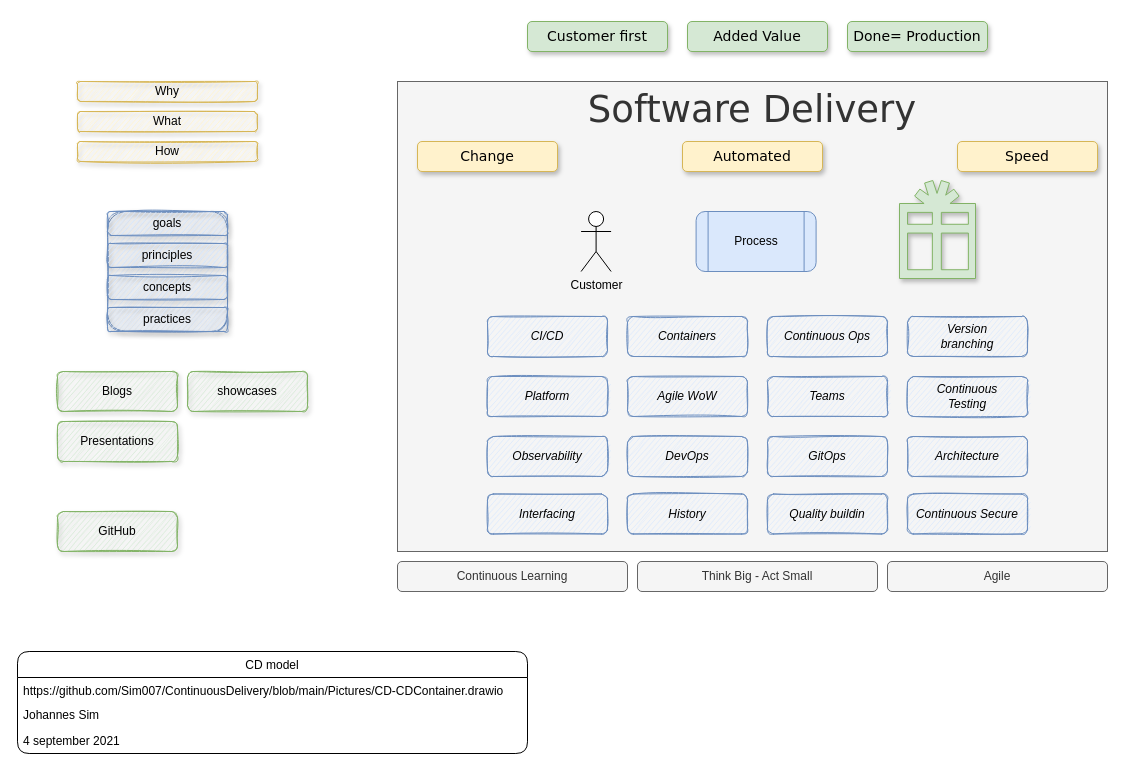
Above: Pictures/CD-CDContainer.drawio in Sim007/ContinuousDelivery (draw.io), before the change. Source tidied: cells renumbered, new cells numbered last; positions are measured from the earlier drawing's top-left corner, leaving out a move shared by most shapes. Both pictures are drawn from the tidied source at 100%, with x=0, y=0 at pixel (17, 21).
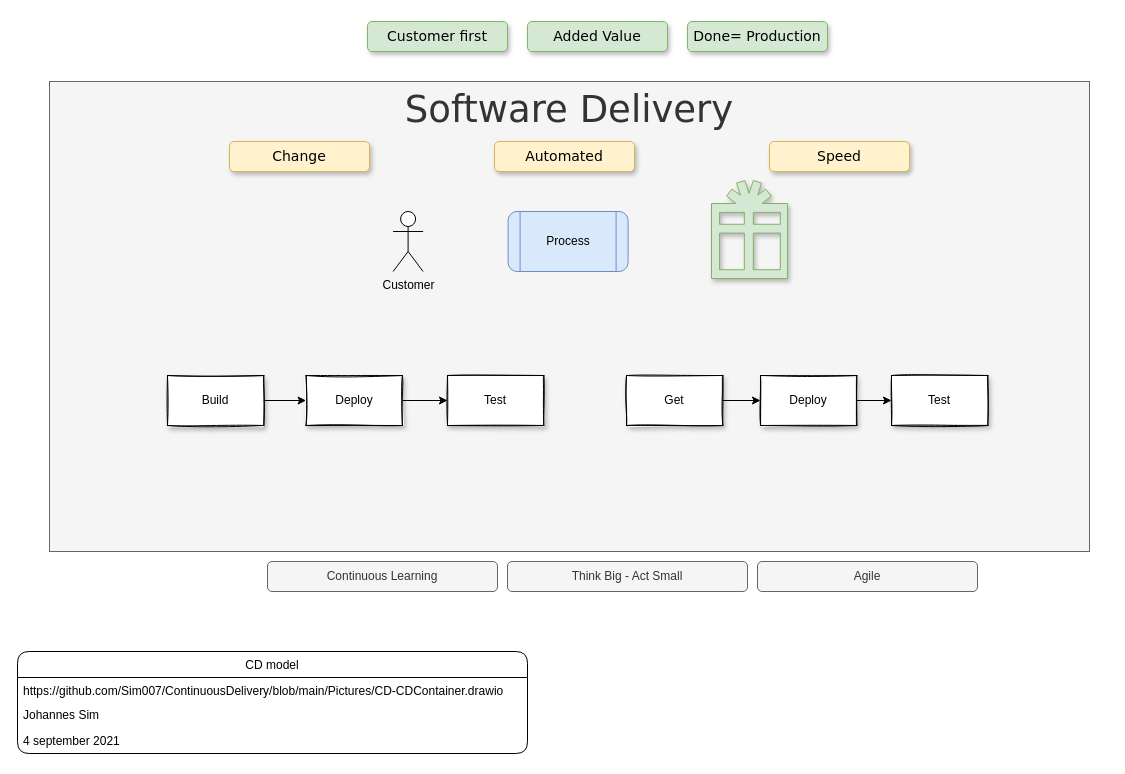
The same diagram, later.

The edit, as a diff of the source:
```diff
@@
     <mxCell id="2" value="Software Delivery" style="rounded=0;whiteSpace=wrap;html=1;verticalAlign=top;fontSize=37;labelBorderColor=none;fillColor=#f5f5f5;strokeColor=#666666;fontColor=#333333;fontFamily=Verdana;" parent="1" vertex="1">
-      <mxGeometry x="380" y="60" width="710" height="470" as="geometry" />
+      <mxGeometry x="32" y="60" width="1040" height="470" as="geometry" />
     </mxCell>
     <mxCell id="3" value="Process" style="shape=process;whiteSpace=wrap;html=1;backgroundOutline=1;fillColor=#dae8fc;strokeColor=#6c8ebf;rounded=1;" parent="2" vertex="1">
-      <mxGeometry x="298.6" y="130" width="120" height="60" as="geometry" />
+      <mxGeometry x="458.6" y="130" width="120" height="60" as="geometry" />
     </mxCell>
     <mxCell id="4" value="Customer" style="shape=umlActor;verticalLabelPosition=bottom;verticalAlign=top;html=1;" parent="2" vertex="1">
-      <mxGeometry x="183.6" y="130" width="30" height="60" as="geometry" />
+      <mxGeometry x="343.6" y="130" width="30" height="60" as="geometry" />
     </mxCell>
-    <mxCell id="5" value="CI/CD" style="rounded=1;whiteSpace=wrap;html=1;fontStyle=2;sketch=1;glass=0;fillColor=#dae8fc;strokeColor=#6c8ebf;" parent="2" vertex="1">
-      <mxGeometry x="90" y="235" width="120" height="40" as="geometry" />
-    </mxCell>
-    <mxCell id="6" value="Containers" style="rounded=1;whiteSpace=wrap;html=1;fontStyle=2;sketch=1;glass=0;fillColor=#dae8fc;strokeColor=#6c8ebf;" parent="2" vertex="1">
-      <mxGeometry x="230" y="235" width="120" height="40" as="geometry" />
-    </mxCell>
-    <mxCell id="7" value="Continuous Ops" style="rounded=1;whiteSpace=wrap;html=1;fontStyle=2;sketch=1;glass=0;fillColor=#dae8fc;strokeColor=#6c8ebf;" parent="2" vertex="1">
-      <mxGeometry x="370" y="235" width="120" height="40" as="geometry" />
-    </mxCell>
-    <mxCell id="8" value="Version&lt;br&gt;branching" style="rounded=1;whiteSpace=wrap;html=1;fontStyle=2;sketch=1;glass=0;fillColor=#dae8fc;strokeColor=#6c8ebf;" parent="2" vertex="1">
-      <mxGeometry x="510" y="235" width="120" height="40" as="geometry" />
-    </mxCell>
-    <mxCell id="9" value="Platform" style="rounded=1;whiteSpace=wrap;html=1;fontStyle=2;sketch=1;glass=0;fillColor=#dae8fc;strokeColor=#6c8ebf;" parent="2" vertex="1">
-      <mxGeometry x="90" y="295" width="120" height="40" as="geometry" />
-    </mxCell>
-    <mxCell id="10" value="Agile WoW" style="rounded=1;whiteSpace=wrap;html=1;fontStyle=2;sketch=1;glass=0;fillColor=#dae8fc;strokeColor=#6c8ebf;" parent="2" vertex="1">
-      <mxGeometry x="230" y="295" width="120" height="40" as="geometry" />
-    </mxCell>
-    <mxCell id="11" value="Teams" style="rounded=1;whiteSpace=wrap;html=1;fontStyle=2;sketch=1;glass=0;fillColor=#dae8fc;strokeColor=#6c8ebf;" parent="2" vertex="1">
-      <mxGeometry x="370" y="295" width="120" height="40" as="geometry" />
-    </mxCell>
-    <mxCell id="12" value="Continuous&lt;br&gt;Testing" style="rounded=1;whiteSpace=wrap;html=1;fontStyle=2;sketch=1;glass=0;fillColor=#dae8fc;strokeColor=#6c8ebf;" parent="2" vertex="1">
-      <mxGeometry x="510" y="295" width="120" height="40" as="geometry" />
-    </mxCell>
-    <mxCell id="13" value="Observability" style="rounded=1;whiteSpace=wrap;html=1;fontStyle=2;sketch=1;glass=0;fillColor=#dae8fc;strokeColor=#6c8ebf;" parent="2" vertex="1">
-      <mxGeometry x="90" y="355" width="120" height="40" as="geometry" />
-    </mxCell>
-    <mxCell id="14" value="DevOps" style="rounded=1;whiteSpace=wrap;html=1;fontStyle=2;sketch=1;glass=0;fillColor=#dae8fc;strokeColor=#6c8ebf;" parent="2" vertex="1">
-      <mxGeometry x="230" y="355" width="120" height="40" as="geometry" />
-    </mxCell>
-    <mxCell id="15" value="GitOps" style="rounded=1;whiteSpace=wrap;html=1;fontStyle=2;sketch=1;glass=0;fillColor=#dae8fc;strokeColor=#6c8ebf;" parent="2" vertex="1">
-      <mxGeometry x="370" y="355" width="120" height="40" as="geometry" />
-    </mxCell>
-    <mxCell id="16" value="Architecture" style="rounded=1;whiteSpace=wrap;html=1;fontStyle=2;sketch=1;glass=0;fillColor=#dae8fc;strokeColor=#6c8ebf;" parent="2" vertex="1">
-      <mxGeometry x="510" y="355" width="120" height="40" as="geometry" />
-    </mxCell>
-    <mxCell id="17" value="Interfacing" style="rounded=1;whiteSpace=wrap;html=1;fontStyle=2;sketch=1;glass=0;fillColor=#dae8fc;strokeColor=#6c8ebf;" parent="2" vertex="1">
-      <mxGeometry x="90" y="412.5" width="120" height="40" as="geometry" />
-    </mxCell>
-    <mxCell id="18" value="History" style="rounded=1;whiteSpace=wrap;html=1;fontStyle=2;sketch=1;glass=0;fillColor=#dae8fc;strokeColor=#6c8ebf;" parent="2" vertex="1">
-      <mxGeometry x="230" y="412.5" width="120" height="40" as="geometry" />
-    </mxCell>
-    <mxCell id="19" value="Quality buildin" style="rounded=1;whiteSpace=wrap;html=1;fontStyle=2;sketch=1;glass=0;fillColor=#dae8fc;strokeColor=#6c8ebf;" parent="2" vertex="1">
-      <mxGeometry x="370" y="412.5" width="120" height="40" as="geometry" />
-    </mxCell>
-    <mxCell id="20" value="Continuous Secure" style="rounded=1;whiteSpace=wrap;html=1;fontStyle=2;sketch=1;glass=0;fillColor=#dae8fc;strokeColor=#6c8ebf;" parent="2" vertex="1">
-      <mxGeometry x="510" y="412.5" width="120" height="40" as="geometry" />
-    </mxCell>
     <mxCell id="21" value="Speed" style="rounded=1;whiteSpace=wrap;html=1;shadow=1;glass=0;labelBackgroundColor=none;sketch=0;fontFamily=Verdana;fontSize=14;verticalAlign=top;fillColor=#fff2cc;strokeColor=#d6b656;" parent="2" vertex="1">
-      <mxGeometry x="560" y="60" width="140" height="30" as="geometry" />
+      <mxGeometry x="720" y="60" width="140" height="30" as="geometry" />
     </mxCell>
     <mxCell id="22" value="Automated" style="rounded=1;whiteSpace=wrap;html=1;shadow=1;glass=0;labelBackgroundColor=none;sketch=0;fontFamily=Verdana;fontSize=14;verticalAlign=top;fillColor=#fff2cc;strokeColor=#d6b656;" parent="2" vertex="1">
-      <mxGeometry x="285" y="60" width="140" height="30" as="geometry" />
+      <mxGeometry x="445" y="60" width="140" height="30" as="geometry" />
     </mxCell>
+    <mxCell id="48" style="shape=mxgraph.signs.travel.present;html=1;fillColor=#d5e8d4;strokeColor=#82b366;verticalLabelPosition=bottom;verticalAlign=top;align=center;rounded=1;glass=0;labelBackgroundColor=none;sketch=0;fontSize=37;noLabel=1;shadow=1;" parent="2" vertex="1">
+      <mxGeometry x="662" y="99" width="76" height="98" as="geometry" />
+    </mxCell>
+    <mxCell id="28" value="Change" style="rounded=1;whiteSpace=wrap;html=1;shadow=1;glass=0;labelBackgroundColor=none;sketch=0;fontFamily=Verdana;fontSize=14;verticalAlign=top;fillColor=#fff2cc;strokeColor=#d6b656;" parent="2" vertex="1">
+      <mxGeometry x="180" y="60" width="140" height="30" as="geometry" />
+    </mxCell>
+    <mxCell id="49" value="Build" style="rounded=0;whiteSpace=wrap;html=1;shadow=1;glass=0;sketch=1;" parent="2" vertex="1">
+      <mxGeometry x="118" y="294" width="96.3" height="50" as="geometry" />
+    </mxCell>
+    <mxCell id="50" style="edgeStyle=orthogonalEdgeStyle;rounded=0;jettySize=auto;html=1;exitX=1;exitY=0.5;exitDx=0;exitDy=0;entryX=0;entryY=0.5;entryDx=0;entryDy=0;" parent="2" edge="1" source="51" target="53">
+      <mxGeometry relative="1" as="geometry" />
+    </mxCell>
+    <mxCell id="51" value="Deploy" style="rounded=0;whiteSpace=wrap;html=1;shadow=1;glass=0;sketch=1;" parent="2" vertex="1">
+      <mxGeometry x="256.6" y="294" width="96.3" height="50" as="geometry" />
+    </mxCell>
+    <mxCell id="52" style="edgeStyle=orthogonalEdgeStyle;rounded=0;jettySize=auto;html=1;exitX=1;exitY=0.5;exitDx=0;exitDy=0;entryX=0;entryY=0.5;entryDx=0;entryDy=0;" parent="2" edge="1" source="49" target="51">
+      <mxGeometry relative="1" as="geometry" />
+    </mxCell>
+    <mxCell id="53" value="Test" style="rounded=0;whiteSpace=wrap;html=1;shadow=1;glass=0;sketch=1;" parent="2" vertex="1">
+      <mxGeometry x="398" y="294" width="96.3" height="50" as="geometry" />
+    </mxCell>
+    <mxCell id="54" value="Get" style="rounded=0;whiteSpace=wrap;html=1;shadow=1;glass=0;sketch=1;" parent="2" vertex="1">
+      <mxGeometry x="577" y="294" width="96.3" height="50" as="geometry" />
+    </mxCell>
     <mxCell id="23" value="Continuous Learning" style="rounded=1;whiteSpace=wrap;html=1;fillColor=#f5f5f5;strokeColor=#666666;fontColor=#333333;" parent="1" vertex="1">
-      <mxGeometry x="380" y="540" width="230" height="30" as="geometry" />
+      <mxGeometry x="250" y="540" width="230" height="30" as="geometry" />
     </mxCell>
-    <mxCell id="24" value="showcases" style="rounded=1;whiteSpace=wrap;html=1;glass=0;shadow=1;sketch=1;fillColor=#d5e8d4;strokeColor=#82b366;" parent="1" vertex="1">
-      <mxGeometry x="170" y="350" width="120" height="40" as="geometry" />
-    </mxCell>
-    <mxCell id="25" value="Blogs" style="rounded=1;whiteSpace=wrap;html=1;glass=0;shadow=1;sketch=1;fillColor=#d5e8d4;strokeColor=#82b366;" parent="1" vertex="1">
-      <mxGeometry x="40" y="350" width="120" height="40" as="geometry" />
-    </mxCell>
-    <mxCell id="26" value="GitHub" style="rounded=1;whiteSpace=wrap;html=1;glass=0;shadow=1;sketch=1;fillColor=#d5e8d4;strokeColor=#82b366;" parent="1" vertex="1">
-      <mxGeometry x="40" y="490" width="120" height="40" as="geometry" />
-    </mxCell>
-    <mxCell id="27" style="shape=mxgraph.signs.travel.present;html=1;fillColor=#d5e8d4;strokeColor=#82b366;verticalLabelPosition=bottom;verticalAlign=top;align=center;rounded=1;glass=0;labelBackgroundColor=none;sketch=0;fontSize=37;noLabel=1;shadow=1;" parent="1" vertex="1">
-      <mxGeometry x="882" y="159" width="76" height="98" as="geometry" />
-    </mxCell>
-    <mxCell id="28" value="Change" style="rounded=1;whiteSpace=wrap;html=1;shadow=1;glass=0;labelBackgroundColor=none;sketch=0;fontFamily=Verdana;fontSize=14;verticalAlign=top;fillColor=#fff2cc;strokeColor=#d6b656;" parent="1" vertex="1">
-      <mxGeometry x="400" y="120" width="140" height="30" as="geometry" />
-    </mxCell>
     <mxCell id="29" value="Customer first" style="rounded=1;whiteSpace=wrap;html=1;shadow=1;glass=0;labelBackgroundColor=none;sketch=0;fontFamily=Verdana;fontSize=14;verticalAlign=top;fillColor=#d5e8d4;strokeColor=#82b366;" parent="1" vertex="1">
-      <mxGeometry x="510" width="140" height="30" as="geometry" />
+      <mxGeometry x="350" width="140" height="30" as="geometry" />
     </mxCell>
     <mxCell id="30" value="Done= Production" style="rounded=1;whiteSpace=wrap;html=1;shadow=1;glass=0;labelBackgroundColor=none;sketch=0;fontFamily=Verdana;fontSize=14;verticalAlign=top;fillColor=#d5e8d4;strokeColor=#82b366;" parent="1" vertex="1">
-      <mxGeometry x="830" width="140" height="30" as="geometry" />
+      <mxGeometry x="670" width="140" height="30" as="geometry" />
     </mxCell>
     <mxCell id="31" value="Think Big - Act Small" style="rounded=1;whiteSpace=wrap;html=1;fillColor=#f5f5f5;strokeColor=#666666;fontColor=#333333;" parent="1" vertex="1">
-      <mxGeometry x="620" y="540" width="240" height="30" as="geometry" />
+      <mxGeometry x="490" y="540" width="240" height="30" as="geometry" />
     </mxCell>
     <mxCell id="32" value="Agile" style="rounded=1;whiteSpace=wrap;html=1;fillColor=#f5f5f5;strokeColor=#666666;fontColor=#333333;" parent="1" vertex="1">
-      <mxGeometry x="870" y="540" width="220" height="30" as="geometry" />
+      <mxGeometry x="740" y="540" width="220" height="30" as="geometry" />
     </mxCell>
     <mxCell id="33" value="Added Value" style="rounded=1;whiteSpace=wrap;html=1;shadow=1;glass=0;labelBackgroundColor=none;sketch=0;fontFamily=Verdana;fontSize=14;verticalAlign=top;fillColor=#d5e8d4;strokeColor=#82b366;" parent="1" vertex="1">
-      <mxGeometry x="670" width="140" height="30" as="geometry" />
+      <mxGeometry x="510" width="140" height="30" as="geometry" />
     </mxCell>
-    <mxCell id="34" style="group;fillColor=#dae8fc;strokeColor=#6c8ebf;rounded=1;shadow=1;glass=0;sketch=1;" parent="1" vertex="1">
-      <mxGeometry x="90" y="190" width="120" height="120" as="geometry" />
-    </mxCell>
-    <mxCell id="35" value="principles" style="rounded=1;whiteSpace=wrap;html=1;fillColor=#dae8fc;strokeColor=#6c8ebf;shadow=1;glass=0;sketch=1;" parent="34" vertex="1">
-      <mxGeometry y="32" width="120" height="24" as="geometry" />
-    </mxCell>
-    <mxCell id="36" value="concepts" style="rounded=1;whiteSpace=wrap;html=1;fillColor=#dae8fc;strokeColor=#6c8ebf;shadow=1;glass=0;sketch=1;" parent="34" vertex="1">
-      <mxGeometry y="64" width="120" height="24" as="geometry" />
-    </mxCell>
-    <mxCell id="37" value="practices" style="rounded=1;whiteSpace=wrap;html=1;fillColor=#dae8fc;strokeColor=#6c8ebf;shadow=1;glass=0;sketch=1;" parent="34" vertex="1">
-      <mxGeometry y="96" width="120" height="24" as="geometry" />
-    </mxCell>
-    <mxCell id="38" value="goals" style="rounded=1;whiteSpace=wrap;html=1;fillColor=#dae8fc;strokeColor=#6c8ebf;shadow=1;glass=0;sketch=1;" parent="34" vertex="1">
-      <mxGeometry width="120" height="24" as="geometry" />
-    </mxCell>
-    <mxCell id="39" style="group;" parent="1" vertex="1">
-      <mxGeometry x="60" y="60" width="180" height="80" as="geometry" />
-    </mxCell>
-    <mxCell id="40" value="Why" style="rounded=1;whiteSpace=wrap;html=1;sketch=1;shadow=1;fillColor=#fff2cc;strokeColor=#d6b656;" parent="39" vertex="1">
-      <mxGeometry width="180" height="20" as="geometry" />
-    </mxCell>
-    <mxCell id="41" value="What" style="rounded=1;whiteSpace=wrap;html=1;sketch=1;shadow=1;fillColor=#fff2cc;strokeColor=#d6b656;" parent="39" vertex="1">
-      <mxGeometry y="30" width="180" height="20" as="geometry" />
-    </mxCell>
-    <mxCell id="42" value="How" style="rounded=1;whiteSpace=wrap;html=1;sketch=1;shadow=1;fillColor=#fff2cc;strokeColor=#d6b656;" parent="39" vertex="1">
-      <mxGeometry y="60" width="180" height="20" as="geometry" />
-    </mxCell>
@@
-    <mxCell id="47" value="Presentations" style="rounded=1;whiteSpace=wrap;html=1;glass=0;shadow=1;sketch=1;fillColor=#d5e8d4;strokeColor=#82b366;" parent="1" vertex="1">
-      <mxGeometry x="40" y="400" width="120" height="40" as="geometry" />
-    </mxCell>
+    <mxCell id="55" style="edgeStyle=orthogonalEdgeStyle;rounded=0;jettySize=auto;html=1;exitX=1;exitY=0.5;exitDx=0;exitDy=0;entryX=0;entryY=0.5;entryDx=0;entryDy=0;" parent="1" edge="1" source="56" target="57">
+      <mxGeometry relative="1" as="geometry" />
+    </mxCell>
+    <mxCell id="56" value="Deploy" style="rounded=0;whiteSpace=wrap;html=1;shadow=1;glass=0;sketch=1;" parent="1" vertex="1">
+      <mxGeometry x="743" y="354" width="96.3" height="50" as="geometry" />
+    </mxCell>
+    <mxCell id="57" value="Test" style="rounded=0;whiteSpace=wrap;html=1;shadow=1;glass=0;sketch=1;" parent="1" vertex="1">
+      <mxGeometry x="874" y="354" width="96.3" height="50" as="geometry" />
+    </mxCell>
+    <mxCell id="58" style="edgeStyle=orthogonalEdgeStyle;rounded=0;jettySize=auto;html=1;exitX=1;exitY=0.5;exitDx=0;exitDy=0;" parent="1" edge="1" source="54" target="56">
+      <mxGeometry relative="1" as="geometry" />
+    </mxCell>
```
